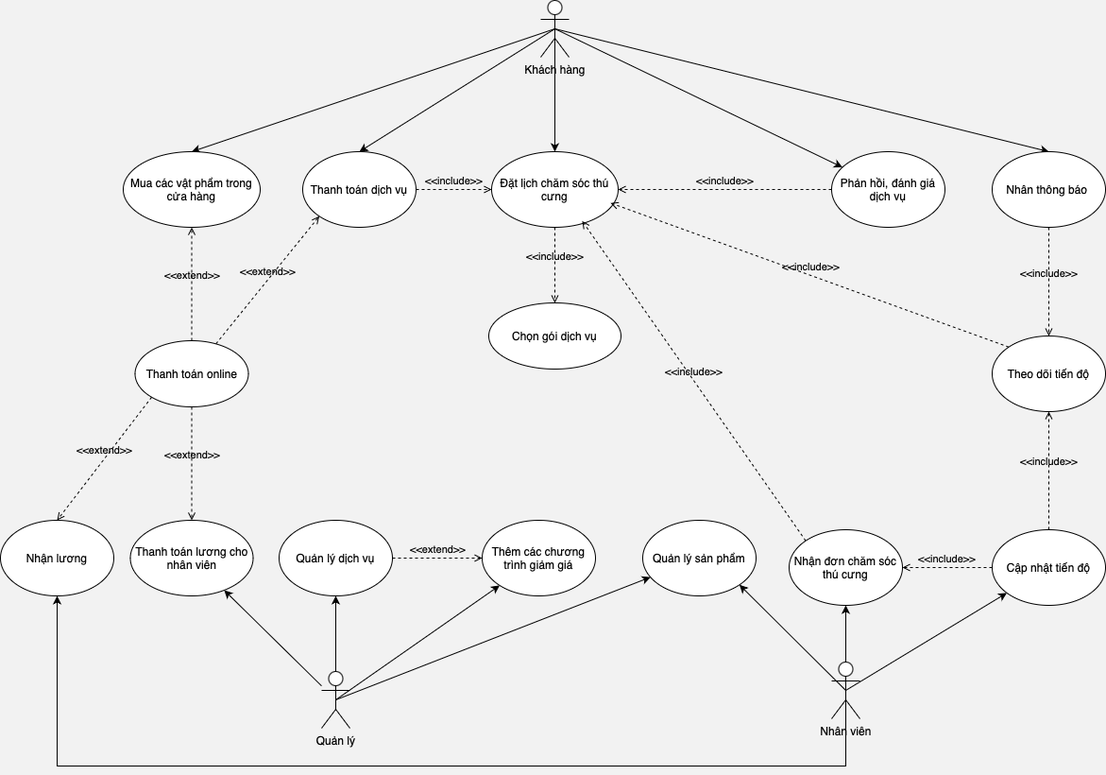
Above: use_case_diagram.drawio.png in blueonline07/auth-demo (draw.io), before the change. Source tidied: cells renumbered, new cells last; positions are measured from the earlier drawing's top-left corner, leaving out a move shared by most shapes.
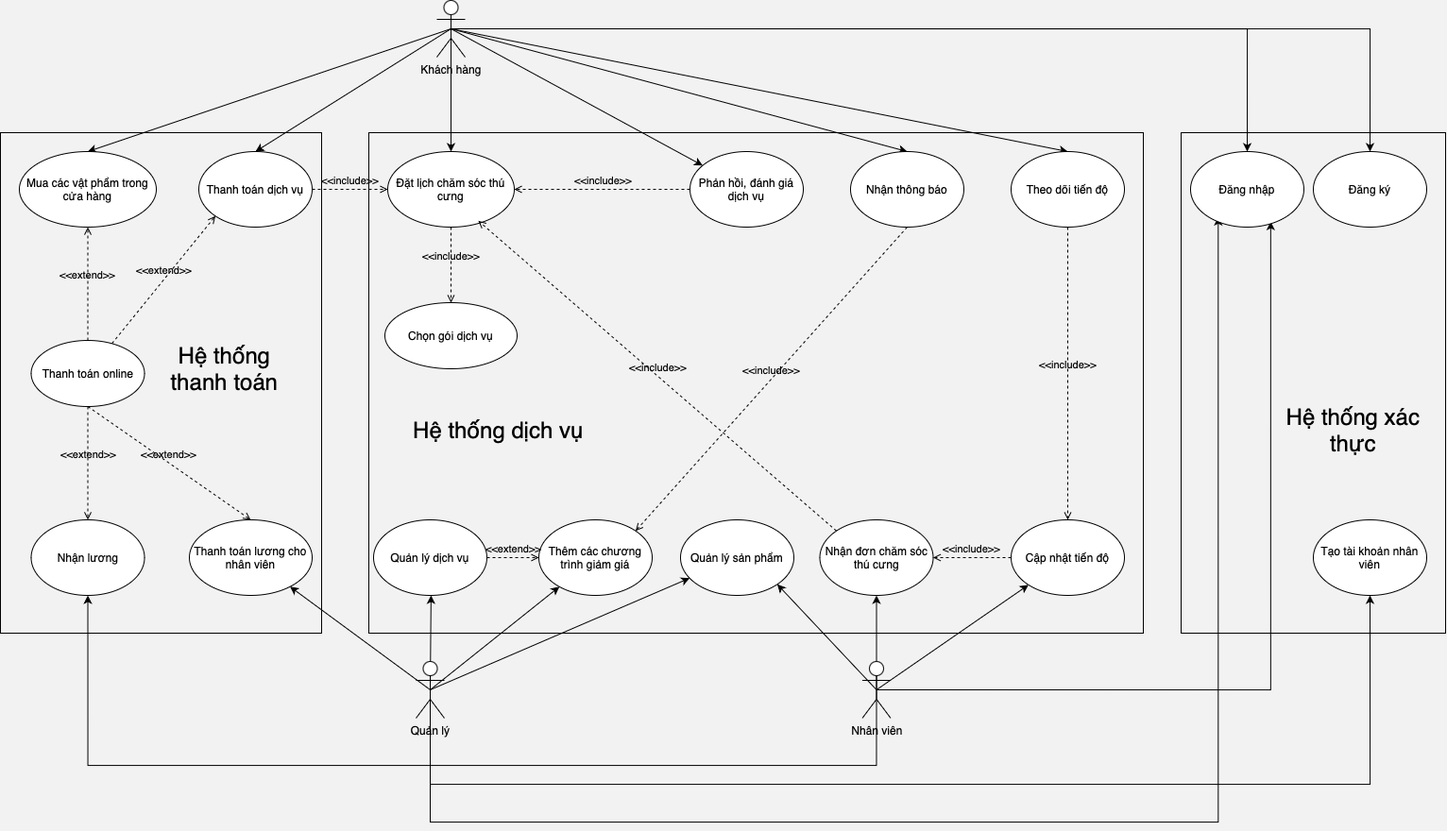
After the change.

Diff of the diagram source:
```diff
@@ -17,6 +17,15 @@
     <mxCell id="6" style="rounded=0;jettySize=auto;html=1;exitX=0.5;exitY=0.5;exitDx=0;exitDy=0;exitPerimeter=0;" parent="1" edge="1" source="7" target="31">
       <mxGeometry relative="1" as="geometry" />
     </mxCell>
+    <mxCell id="46" style="rounded=0;jettySize=auto;html=1;exitX=0.5;exitY=0.5;exitDx=0;exitDy=0;exitPerimeter=0;entryX=0.5;entryY=0;entryDx=0;entryDy=0;" parent="1" edge="1" source="7" target="21">
+      <mxGeometry relative="1" as="geometry" />
+    </mxCell>
+    <mxCell id="47" style="edgeStyle=orthogonalEdgeStyle;rounded=0;jettySize=auto;html=1;exitX=0.5;exitY=0.5;exitDx=0;exitDy=0;exitPerimeter=0;" parent="1" edge="1" source="7" target="55">
+      <mxGeometry relative="1" as="geometry" />
+    </mxCell>
+    <mxCell id="48" style="edgeStyle=orthogonalEdgeStyle;rounded=0;jettySize=auto;html=1;exitX=0.5;exitY=0.5;exitDx=0;exitDy=0;exitPerimeter=0;" parent="1" edge="1" source="7" target="56">
+      <mxGeometry relative="1" as="geometry" />
+    </mxCell>
     <mxCell id="7" value="Khách hàng" style="shape=umlActor;verticalLabelPosition=bottom;verticalAlign=top;html=1;outlineConnect=0;" parent="1" vertex="1">
       <mxGeometry x="572" width="30" height="60" as="geometry" />
     </mxCell>
@@ -32,15 +41,18 @@
     <mxCell id="11" style="edgeStyle=orthogonalEdgeStyle;rounded=0;jettySize=auto;html=1;exitX=0.5;exitY=0.5;exitDx=0;exitDy=0;exitPerimeter=0;entryX=0.5;entryY=1;entryDx=0;entryDy=0;" parent="1" edge="1" source="12" target="44">
       <mxGeometry relative="1" as="geometry">
         <Array as="points">
-          <mxPoint x="895" y="810" />
-          <mxPoint x="60" y="810" />
+          <mxPoint x="1037.5" y="810" />
+          <mxPoint x="202.5" y="810" />
         </Array>
       </mxGeometry>
     </mxCell>
+    <mxCell id="49" style="edgeStyle=orthogonalEdgeStyle;rounded=0;jettySize=auto;html=1;exitX=0.5;exitY=0.5;exitDx=0;exitDy=0;exitPerimeter=0;entryX=0.707;entryY=0.928;entryDx=0;entryDy=0;entryPerimeter=0;" parent="1" edge="1" source="12" target="56">
+      <mxGeometry relative="1" as="geometry" />
+    </mxCell>
     <mxCell id="12" value="Nhân viên" style="shape=umlActor;verticalLabelPosition=bottom;verticalAlign=top;html=1;outlineConnect=0;" parent="1" vertex="1">
-      <mxGeometry x="880" y="700" width="30" height="60" as="geometry" />
+      <mxGeometry x="1022.5" y="700" width="30" height="60" as="geometry" />
     </mxCell>
-    <mxCell id="13" style="rounded=0;jettySize=auto;html=1;" parent="1" edge="1" source="17" target="28">
+    <mxCell id="13" style="rounded=0;jettySize=auto;html=1;exitX=0.5;exitY=0.5;exitDx=0;exitDy=0;exitPerimeter=0;" parent="1" edge="1" source="17" target="28">
       <mxGeometry relative="1" as="geometry" />
     </mxCell>
     <mxCell id="14" style="rounded=0;jettySize=auto;html=1;exitX=0.5;exitY=0.5;exitDx=0;exitDy=0;exitPerimeter=0;" parent="1" edge="1" source="17" target="35">
@@ -52,8 +64,24 @@
     <mxCell id="16" style="rounded=0;jettySize=auto;html=1;exitX=0.5;exitY=0.5;exitDx=0;exitDy=0;exitPerimeter=0;" parent="1" edge="1" source="17" target="42">
       <mxGeometry relative="1" as="geometry" />
     </mxCell>
+    <mxCell id="50" style="edgeStyle=orthogonalEdgeStyle;rounded=0;jettySize=auto;html=1;entryX=0.244;entryY=0.867;entryDx=0;entryDy=0;entryPerimeter=0;exitX=0.5;exitY=0.5;exitDx=0;exitDy=0;exitPerimeter=0;" parent="1" edge="1" source="17" target="56">
+      <mxGeometry relative="1" as="geometry">
+        <Array as="points">
+          <mxPoint x="565" y="870" />
+          <mxPoint x="1399" y="870" />
+        </Array>
+      </mxGeometry>
+    </mxCell>
+    <mxCell id="51" style="edgeStyle=orthogonalEdgeStyle;rounded=0;jettySize=auto;html=1;exitX=0.5;exitY=0.5;exitDx=0;exitDy=0;exitPerimeter=0;" parent="1" edge="1" source="17" target="57">
+      <mxGeometry relative="1" as="geometry">
+        <Array as="points">
+          <mxPoint x="565" y="830" />
+          <mxPoint x="1560" y="830" />
+        </Array>
+      </mxGeometry>
+    </mxCell>
     <mxCell id="17" value="Quản lý" style="shape=umlActor;verticalLabelPosition=bottom;verticalAlign=top;html=1;outlineConnect=0;" parent="1" vertex="1">
-      <mxGeometry x="340" y="710" width="30" height="60" as="geometry" />
+      <mxGeometry x="550" y="700" width="30" height="60" as="geometry" />
     </mxCell>
     <mxCell id="18" value="Đặt lịch chăm sóc thú cưng" style="ellipse;whiteSpace=wrap;html=1;verticalAlign=middle;" parent="1" vertex="1">
       <mxGeometry x="520" y="160" width="134" height="80" as="geometry" />
@@ -65,10 +93,10 @@
       <mxGeometry relative="1" as="geometry" />
     </mxCell>
     <mxCell id="21" value="Theo dõi tiến độ" style="ellipse;whiteSpace=wrap;html=1;" parent="1" vertex="1">
-      <mxGeometry x="1050" y="355" width="120" height="80" as="geometry" />
+      <mxGeometry x="1180" y="160" width="120" height="80" as="geometry" />
     </mxCell>
-    <mxCell id="22" value="Nhân thông báo&amp;nbsp;" style="ellipse;whiteSpace=wrap;html=1;verticalAlign=middle;" parent="1" vertex="1">
-      <mxGeometry x="1050" y="160" width="120" height="80" as="geometry" />
+    <mxCell id="22" value="Nhận thông báo" style="ellipse;whiteSpace=wrap;html=1;verticalAlign=middle;" parent="1" vertex="1">
+      <mxGeometry x="1010" y="160" width="120" height="80" as="geometry" />
     </mxCell>
     <mxCell id="23" value="Mua các vật phẩm trong cửa hàng" style="ellipse;whiteSpace=wrap;html=1;verticalAlign=middle;" parent="1" vertex="1">
       <mxGeometry x="130" y="160" width="145" height="80" as="geometry" />
@@ -86,7 +114,7 @@
       <mxGeometry relative="1" as="geometry" />
     </mxCell>
     <mxCell id="28" value="Thanh toán lương cho nhân viên" style="ellipse;whiteSpace=wrap;html=1;verticalAlign=middle;" parent="1" vertex="1">
-      <mxGeometry x="137.5" y="550" width="130" height="80" as="geometry" />
+      <mxGeometry x="310" y="550" width="130" height="80" as="geometry" />
     </mxCell>
     <mxCell id="29" value="&amp;lt;&amp;lt;extend&amp;gt;&amp;gt;" style="html=1;verticalAlign=bottom;labelBackgroundColor=none;endArrow=open;endFill=0;dashed=1;rounded=0;entryX=0.5;entryY=0;entryDx=0;entryDy=0;exitX=0.5;exitY=1;exitDx=0;exitDy=0;" parent="1" edge="1" source="25" target="28">
       <mxGeometry relative="1" as="geometry" />
@@ -95,49 +123,73 @@
       <mxGeometry relative="1" as="geometry" />
     </mxCell>
     <mxCell id="31" value="Phản hồi, đánh giá dịch vụ" style="ellipse;whiteSpace=wrap;html=1;" parent="1" vertex="1">
-      <mxGeometry x="880" y="160" width="120" height="80" as="geometry" />
+      <mxGeometry x="840" y="160" width="120" height="80" as="geometry" />
     </mxCell>
-    <mxCell id="32" value="&amp;lt;&amp;lt;include&amp;gt;&amp;gt;" style="html=1;verticalAlign=bottom;labelBackgroundColor=none;endArrow=open;endFill=0;dashed=1;rounded=0;exitX=0.5;exitY=1;exitDx=0;exitDy=0;entryX=0.5;entryY=0;entryDx=0;entryDy=0;" parent="1" edge="1" source="22" target="21">
-      <mxGeometry relative="1" as="geometry" />
-    </mxCell>
-    <mxCell id="33" value="&amp;lt;&amp;lt;include&amp;gt;&amp;gt;" style="html=1;verticalAlign=bottom;labelBackgroundColor=none;endArrow=open;endFill=0;dashed=1;rounded=0;exitX=0;exitY=0;exitDx=0;exitDy=0;entryX=0.94;entryY=0.679;entryDx=0;entryDy=0;entryPerimeter=0;" parent="1" edge="1" source="21" target="18">
-      <mxGeometry relative="1" as="geometry" />
-    </mxCell>
     <mxCell id="34" value="&amp;lt;&amp;lt;include&amp;gt;&amp;gt;" style="html=1;verticalAlign=bottom;labelBackgroundColor=none;endArrow=open;endFill=0;dashed=1;rounded=0;exitX=1;exitY=0.5;exitDx=0;exitDy=0;entryX=0;entryY=0.5;entryDx=0;entryDy=0;" parent="1" edge="1" source="24" target="18">
       <mxGeometry relative="1" as="geometry" />
     </mxCell>
     <mxCell id="35" value="Quản lý dịch vụ" style="ellipse;whiteSpace=wrap;html=1;" parent="1" vertex="1">
-      <mxGeometry x="295" y="550" width="120" height="80" as="geometry" />
+      <mxGeometry x="505" y="550" width="120" height="80" as="geometry" />
     </mxCell>
     <mxCell id="36" value="Quản lý sản phẩm" style="ellipse;whiteSpace=wrap;html=1;" parent="1" vertex="1">
-      <mxGeometry x="680" y="550" width="120" height="80" as="geometry" />
+      <mxGeometry x="830" y="550" width="120" height="80" as="geometry" />
     </mxCell>
     <mxCell id="37" value="Nhận đơn chăm sóc thú cưng" style="ellipse;whiteSpace=wrap;html=1;" parent="1" vertex="1">
-      <mxGeometry x="835" y="560" width="120" height="80" as="geometry" />
+      <mxGeometry x="977.5" y="550" width="120" height="80" as="geometry" />
     </mxCell>
     <mxCell id="38" value="&amp;lt;&amp;lt;include&amp;gt;&amp;gt;" style="html=1;verticalAlign=bottom;labelBackgroundColor=none;endArrow=open;endFill=0;dashed=1;rounded=0;exitX=0;exitY=0;exitDx=0;exitDy=0;entryX=0.716;entryY=0.917;entryDx=0;entryDy=0;entryPerimeter=0;" parent="1" edge="1" source="37" target="18">
       <mxGeometry relative="1" as="geometry" />
     </mxCell>
     <mxCell id="39" value="Cập nhật tiến độ" style="ellipse;whiteSpace=wrap;html=1;" parent="1" vertex="1">
-      <mxGeometry x="1050" y="560" width="120" height="80" as="geometry" />
+      <mxGeometry x="1180" y="550" width="120" height="80" as="geometry" />
     </mxCell>
     <mxCell id="40" value="&amp;lt;&amp;lt;include&amp;gt;&amp;gt;" style="html=1;verticalAlign=bottom;labelBackgroundColor=none;endArrow=open;endFill=0;dashed=1;rounded=0;exitX=0;exitY=0.5;exitDx=0;exitDy=0;entryX=1;entryY=0.5;entryDx=0;entryDy=0;" parent="1" edge="1" source="39" target="37">
       <mxGeometry relative="1" as="geometry" />
     </mxCell>
-    <mxCell id="41" value="&amp;lt;&amp;lt;include&amp;gt;&amp;gt;" style="html=1;verticalAlign=bottom;labelBackgroundColor=none;endArrow=open;endFill=0;dashed=1;rounded=0;exitX=0.5;exitY=0;exitDx=0;exitDy=0;entryX=0.5;entryY=1;entryDx=0;entryDy=0;" parent="1" edge="1" source="39" target="21">
-      <mxGeometry relative="1" as="geometry" />
-    </mxCell>
     <mxCell id="42" value="Thêm các chương trình giảm giá" style="ellipse;whiteSpace=wrap;html=1;" parent="1" vertex="1">
-      <mxGeometry x="510" y="550" width="120" height="80" as="geometry" />
+      <mxGeometry x="680" y="550" width="120" height="80" as="geometry" />
     </mxCell>
     <mxCell id="43" value="&amp;lt;&amp;lt;extend&amp;gt;&amp;gt;" style="html=1;verticalAlign=bottom;labelBackgroundColor=none;endArrow=open;endFill=0;dashed=1;rounded=0;exitX=1;exitY=0.5;exitDx=0;exitDy=0;entryX=0;entryY=0.5;entryDx=0;entryDy=0;" parent="1" edge="1" source="35" target="42">
       <mxGeometry relative="1" as="geometry" />
     </mxCell>
     <mxCell id="44" value="Nhận lương" style="ellipse;whiteSpace=wrap;html=1;" parent="1" vertex="1">
-      <mxGeometry y="550" width="120" height="80" as="geometry" />
+      <mxGeometry x="142.5" y="550" width="120" height="80" as="geometry" />
     </mxCell>
-    <mxCell id="45" value="&amp;lt;&amp;lt;extend&amp;gt;&amp;gt;" style="html=1;verticalAlign=bottom;labelBackgroundColor=none;endArrow=open;endFill=0;dashed=1;rounded=0;entryX=0.5;entryY=0;entryDx=0;entryDy=0;exitX=0;exitY=1;exitDx=0;exitDy=0;" parent="1" edge="1" source="25" target="44">
+    <mxCell id="45" value="&amp;lt;&amp;lt;extend&amp;gt;&amp;gt;" style="html=1;verticalAlign=bottom;labelBackgroundColor=none;endArrow=open;endFill=0;dashed=1;rounded=0;entryX=0.5;entryY=0;entryDx=0;entryDy=0;exitX=0.5;exitY=1;exitDx=0;exitDy=0;" parent="1" edge="1" source="25" target="44">
       <mxGeometry relative="1" as="geometry" />
     </mxCell>
+    <mxCell id="52" value="&amp;lt;&amp;lt;include&amp;gt;&amp;gt;" style="html=1;verticalAlign=bottom;labelBackgroundColor=none;endArrow=open;endFill=0;dashed=1;rounded=0;exitX=0.5;exitY=1;exitDx=0;exitDy=0;entryX=1;entryY=0;entryDx=0;entryDy=0;" parent="1" edge="1" source="22" target="42">
+      <mxGeometry relative="1" as="geometry" />
+    </mxCell>
+    <mxCell id="32" value="&amp;lt;&amp;lt;include&amp;gt;&amp;gt;" style="html=1;verticalAlign=bottom;labelBackgroundColor=none;endArrow=open;endFill=0;dashed=1;rounded=0;exitX=0.5;exitY=1;exitDx=0;exitDy=0;entryX=0.5;entryY=0;entryDx=0;entryDy=0;" parent="1" edge="1" source="21" target="39">
+      <mxGeometry relative="1" as="geometry" />
+    </mxCell>
+    <mxCell id="53" style="rounded=0;whiteSpace=wrap;html=1;fillColor=none;" parent="1" vertex="1">
+      <mxGeometry x="110" y="140" width="340" height="530" as="geometry" />
+    </mxCell>
+    <mxCell id="54" style="rounded=0;whiteSpace=wrap;html=1;fillColor=none;" parent="1" vertex="1">
+      <mxGeometry x="500" y="140" width="820" height="530" as="geometry" />
+    </mxCell>
+    <mxCell id="55" value="Đăng ký" style="ellipse;whiteSpace=wrap;html=1;" parent="1" vertex="1">
+      <mxGeometry x="1500" y="160" width="120" height="80" as="geometry" />
+    </mxCell>
+    <mxCell id="56" value="Đăng nhập" style="ellipse;whiteSpace=wrap;html=1;" parent="1" vertex="1">
+      <mxGeometry x="1370" y="160" width="120" height="80" as="geometry" />
+    </mxCell>
+    <mxCell id="57" value="Tạo tài khoản nhân viên" style="ellipse;whiteSpace=wrap;html=1;" parent="1" vertex="1">
+      <mxGeometry x="1500" y="550" width="120" height="80" as="geometry" />
+    </mxCell>
+    <mxCell id="58" value="&lt;font size=&quot;5&quot;&gt;Hệ thống dịch vụ&lt;/font&gt;" style="text;html=1;align=center;verticalAlign=middle;whiteSpace=wrap;rounded=0;" parent="1" vertex="1">
+      <mxGeometry x="540" y="420" width="195" height="70" as="geometry" />
+    </mxCell>
+    <mxCell id="59" value="&lt;font size=&quot;5&quot;&gt;Hệ thống xác thực&lt;/font&gt;" style="text;html=1;align=center;verticalAlign=middle;whiteSpace=wrap;rounded=0;" parent="1" vertex="1">
+      <mxGeometry x="1465" y="430" width="155" height="50" as="geometry" />
+    </mxCell>
+    <mxCell id="60" value="&lt;font size=&quot;5&quot;&gt;Hệ thống thanh toán&lt;/font&gt;" style="text;html=1;align=center;verticalAlign=middle;whiteSpace=wrap;rounded=0;" parent="1" vertex="1">
+      <mxGeometry x="275" y="360" width="145" height="60" as="geometry" />
+    </mxCell>
+    <mxCell id="61" style="rounded=0;whiteSpace=wrap;html=1;fillColor=none;" parent="1" vertex="1">
+      <mxGeometry x="1360" y="140" width="280" height="530" as="geometry" />
+    </mxCell>
   </root>
 </mxGraphModel>
```
